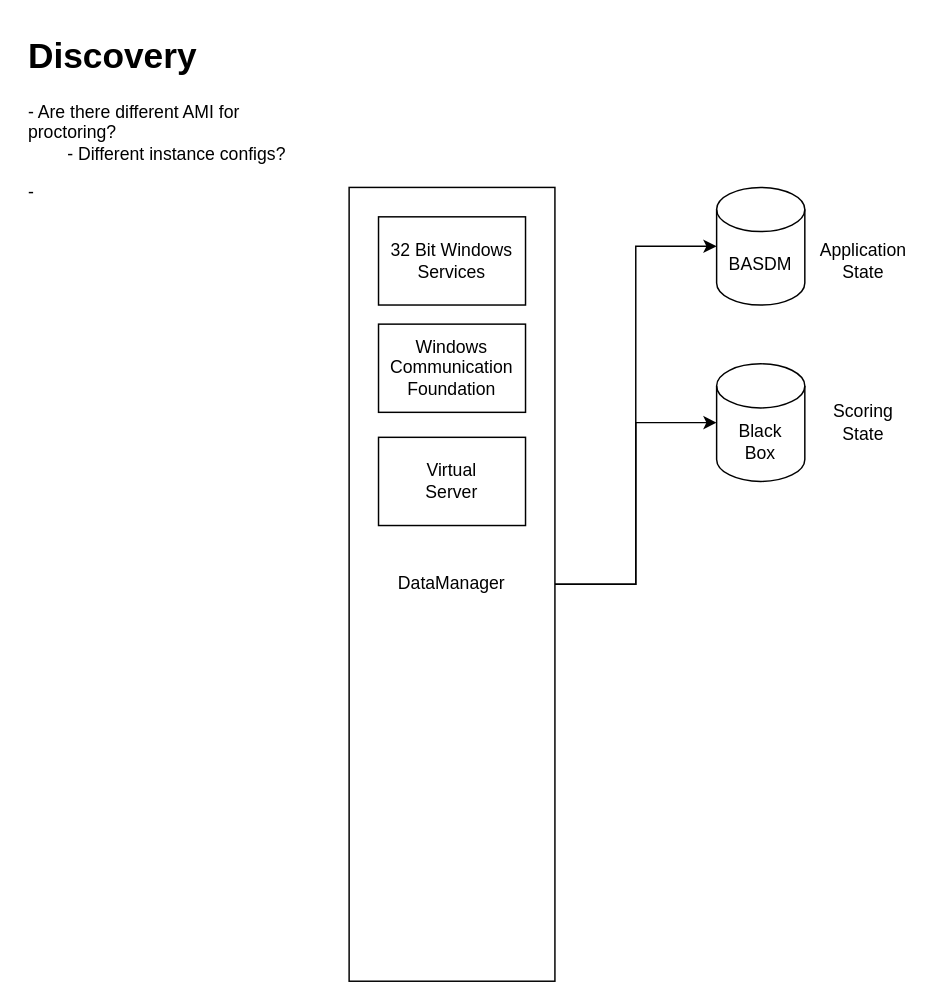
Before: diagrams/Untitled Diagram.drawio in jameshulett/architecture-guild, a draw.io diagram. Source tidied: cells renumbered, new cells numbered last; positions are measured from the earlier drawing's top-left corner, leaving out a move shared by most shapes. Both pictures are drawn from the tidied source at 147%, with x=0, y=0 at pixel (25, 25).
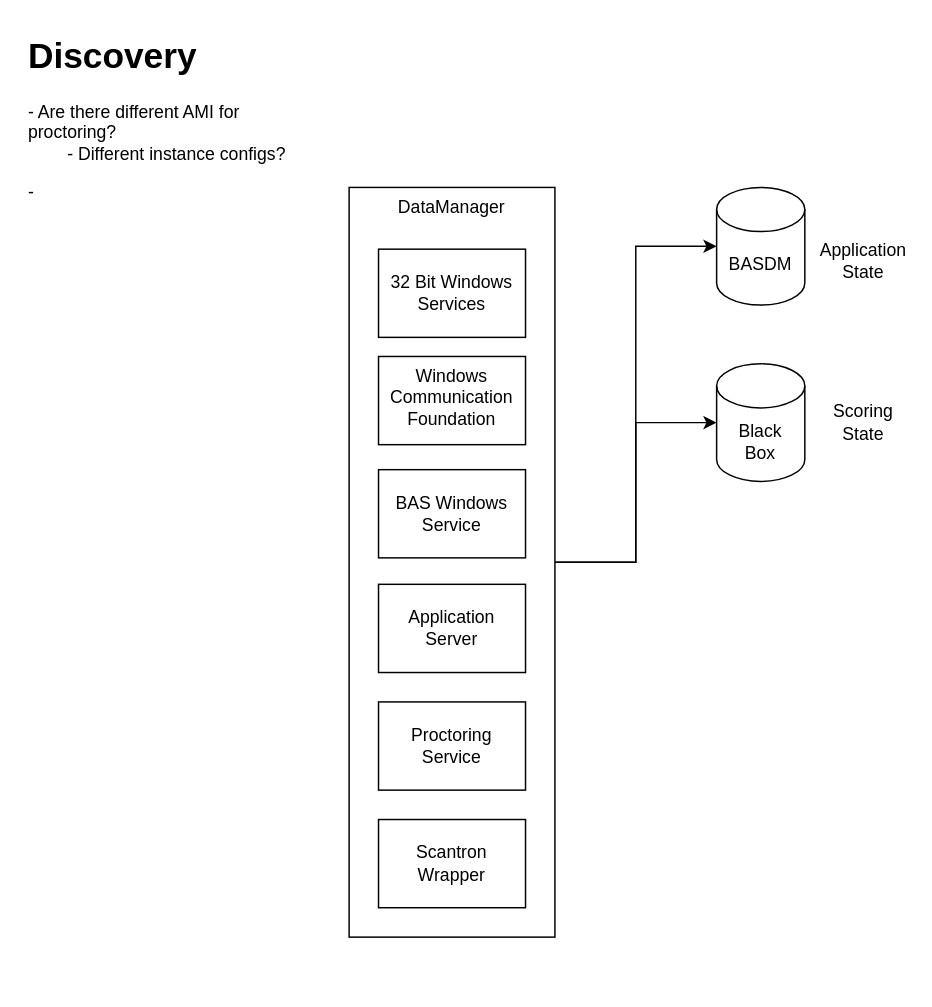
After the change.

Commit message:
Update topology brief diagram

Diff of the diagram source:
```diff
@@
 <mxGraphModel>
   <root>
     <mxCell id="0" />
     <mxCell id="1" parent="0" />
     <mxCell id="2" style="edgeStyle=orthogonalEdgeStyle;rounded=0;jettySize=auto;html=1;" parent="1" edge="1" source="4" target="9">
       <mxGeometry relative="1" as="geometry" />
     </mxCell>
     <mxCell id="3" style="edgeStyle=orthogonalEdgeStyle;rounded=0;jettySize=auto;html=1;" parent="1" edge="1" source="4" target="10">
       <mxGeometry relative="1" as="geometry" />
     </mxCell>
-    <mxCell id="4" value="DataManager" style="rounded=0;whiteSpace=wrap;html=1;" parent="1" vertex="1">
-      <mxGeometry x="220" y="110" width="140" height="540" as="geometry" />
+    <mxCell id="4" value="DataManager" style="rounded=0;whiteSpace=wrap;html=1;verticalAlign=top;" parent="1" vertex="1">
+      <mxGeometry x="220" y="110" width="140" height="510" as="geometry" />
     </mxCell>
     <mxCell id="5" value="32 Bit Windows Services" style="rounded=0;whiteSpace=wrap;html=1;" parent="1" vertex="1">
-      <mxGeometry x="240" y="130" width="100" height="60" as="geometry" />
+      <mxGeometry x="240" y="152" width="100" height="60" as="geometry" />
     </mxCell>
-    <mxCell id="6" value="Windows Communication Foundation" style="rounded=0;whiteSpace=wrap;html=1;" parent="1" vertex="1">
-      <mxGeometry x="240" y="203" width="100" height="60" as="geometry" />
+    <mxCell id="6" value="Windows Communication Foundation" style="rounded=0;whiteSpace=wrap;html=1;verticalAlign=top;" parent="1" vertex="1">
+      <mxGeometry x="240" y="225" width="100" height="60" as="geometry" />
     </mxCell>
-    <mxCell id="7" value="&lt;div&gt;Virtual&lt;/div&gt;&lt;div&gt;Server&lt;/div&gt;" style="rounded=0;whiteSpace=wrap;html=1;" parent="1" vertex="1">
-      <mxGeometry x="240" y="280" width="100" height="60" as="geometry" />
+    <mxCell id="7" value="BAS Windows Service" style="rounded=0;whiteSpace=wrap;html=1;" parent="1" vertex="1">
+      <mxGeometry x="240" y="302" width="100" height="60" as="geometry" />
     </mxCell>
     <mxCell id="8" value="&lt;h1 style=&quot;margin-top: 0px;&quot;&gt;Discovery&lt;/h1&gt;&lt;p&gt;- Are there different AMI for proctoring?&lt;br&gt;&lt;span style=&quot;white-space: pre;&quot;&gt;&#9;&lt;/span&gt;- Different instance configs?&lt;/p&gt;&lt;p&gt;-&amp;nbsp;&lt;/p&gt;" style="text;html=1;whiteSpace=wrap;overflow=hidden;rounded=0;" parent="1" vertex="1">
       <mxGeometry width="180" height="120" as="geometry" />
     </mxCell>
     <mxCell id="9" value="BASDM" style="shape=cylinder3;whiteSpace=wrap;html=1;boundedLbl=1;backgroundOutline=1;size=15;" parent="1" vertex="1">
       <mxGeometry x="470" y="110" width="60" height="80" as="geometry" />
     </mxCell>
     <mxCell id="10" value="&lt;div&gt;Black&lt;/div&gt;&lt;div&gt;Box&lt;/div&gt;" style="shape=cylinder3;whiteSpace=wrap;html=1;boundedLbl=1;backgroundOutline=1;size=15;" parent="1" vertex="1">
       <mxGeometry x="470" y="230" width="60" height="80" as="geometry" />
     </mxCell>
     <mxCell id="11" value="&lt;div&gt;Application&lt;/div&gt;&lt;div&gt;State&lt;/div&gt;" style="text;html=1;whiteSpace=wrap;strokeColor=none;fillColor=none;align=center;verticalAlign=middle;rounded=0;" parent="1" vertex="1">
       <mxGeometry x="540" y="145" width="60" height="30" as="geometry" />
     </mxCell>
     <mxCell id="12" value="&lt;div&gt;Scoring&lt;/div&gt;&lt;div&gt;State&lt;/div&gt;" style="text;html=1;whiteSpace=wrap;strokeColor=none;fillColor=none;align=center;verticalAlign=middle;rounded=0;" parent="1" vertex="1">
       <mxGeometry x="540" y="255" width="60" height="30" as="geometry" />
     </mxCell>
+    <mxCell id="13" value="&lt;div&gt;Application&lt;/div&gt;&lt;div&gt;Server&lt;/div&gt;" style="rounded=0;whiteSpace=wrap;html=1;" parent="1" vertex="1">
+      <mxGeometry x="240" y="380" width="100" height="60" as="geometry" />
+    </mxCell>
+    <mxCell id="14" value="&lt;div&gt;Proctoring&lt;/div&gt;&lt;div&gt;Service&lt;/div&gt;" style="rounded=0;whiteSpace=wrap;html=1;" parent="1" vertex="1">
+      <mxGeometry x="240" y="460" width="100" height="60" as="geometry" />
+    </mxCell>
+    <mxCell id="15" value="&lt;div&gt;Scantron&lt;/div&gt;&lt;div&gt;Wrapper&lt;/div&gt;" style="rounded=0;whiteSpace=wrap;html=1;" parent="1" vertex="1">
+      <mxGeometry x="240" y="540" width="100" height="60" as="geometry" />
+    </mxCell>
   </root>
 </mxGraphModel>
```
